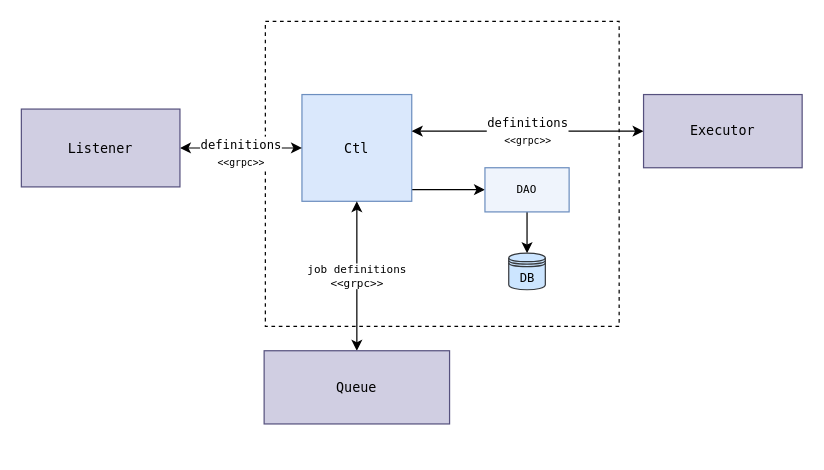
This is page "Ctl" (10 of 12) of docs/Jobico.drawio from andrescosta/jobico-fn, a draw.io file, before an edit. Source tidied: cells renumbered, new cells numbered last; positions are measured from the earlier drawing's top-left corner, leaving out a move shared by most shapes. Both pictures are drawn from the tidied source at 122%, with x=0, y=0 at pixel (21, 21).
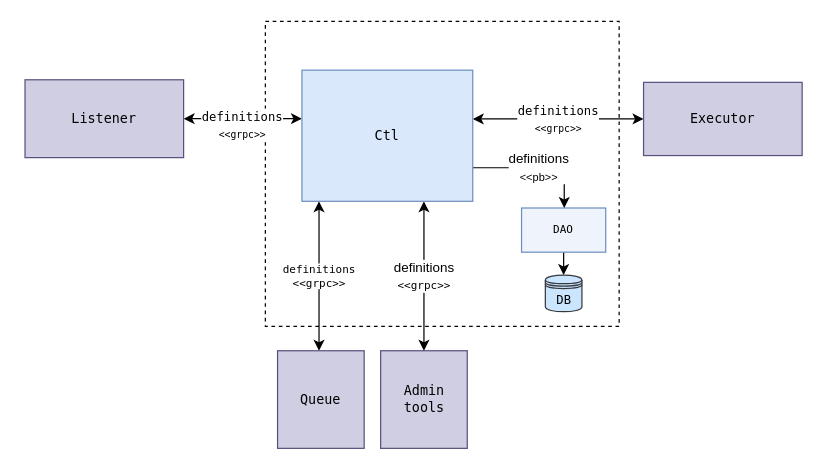
After the change.

What changed in the source:
```diff
@@
-    <mxCell id="3" style="edgeStyle=orthogonalEdgeStyle;jettySize=auto;html=1;rounded=0;curved=0;" parent="1" edge="1" source="4" target="13">
-      <mxGeometry relative="1" as="geometry">
-        <Array as="points">
-          <mxPoint x="340" y="138" />
-          <mxPoint x="340" y="138" />
-        </Array>
-      </mxGeometry>
-    </mxCell>
-    <mxCell id="4" value="Ctl" style="rounded=0;whiteSpace=wrap;html=1;labelBackgroundColor=none;fillColor=#dae8fc;strokeColor=#6c8ebf;fontFamily=Lucida Console;fontSize=11;" parent="1" vertex="1">
-      <mxGeometry x="230" y="60" width="90" height="87.5" as="geometry" />
-    </mxCell>
-    <mxCell id="5" value="&lt;font style=&quot;&quot; face=&quot;Lucida Console&quot;&gt;&lt;font size=&quot;1&quot; style=&quot;&quot;&gt;definitions&lt;br&gt;&lt;/font&gt;&lt;font style=&quot;font-size: 8px;&quot;&gt;&amp;lt;&amp;lt;grpc&amp;gt;&amp;gt;&lt;/font&gt;&lt;/font&gt;" style="edgeStyle=orthogonalEdgeStyle;jettySize=auto;html=1;rounded=0;curved=0;endArrow=classic;endFill=1;startArrow=classic;startFill=1;" parent="1" edge="1" source="4" target="11">
+    <mxCell id="5" value="&lt;font style=&quot;&quot; face=&quot;Lucida Console&quot;&gt;&lt;font size=&quot;1&quot; style=&quot;&quot;&gt;definitions&lt;br&gt;&lt;/font&gt;&lt;font style=&quot;font-size: 8px;&quot;&gt;&amp;lt;&amp;lt;grpc&amp;gt;&amp;gt;&lt;/font&gt;&lt;/font&gt;" style="edgeStyle=orthogonalEdgeStyle;jettySize=auto;html=1;rounded=0;curved=0;endArrow=classic;endFill=1;startArrow=classic;startFill=1;" parent="1" edge="1" target="11">
       <mxGeometry relative="1" as="geometry">
+        <mxPoint x="370" y="80" as="sourcePoint" />
         <Array as="points">
-          <mxPoint x="380" y="90" />
-          <mxPoint x="380" y="90" />
+          <mxPoint x="380" y="80" />
+          <mxPoint x="380" y="80" />
         </Array>
       </mxGeometry>
     </mxCell>
-    <mxCell id="6" value="job definitions&lt;br style=&quot;font-size: 9px;&quot;&gt;&amp;lt;&amp;lt;grpc&amp;gt;&amp;gt;" style="edgeStyle=orthogonalEdgeStyle;jettySize=auto;html=1;startArrow=classic;startFill=1;fontFamily=Lucida Console;fontSize=9;" parent="1" edge="1" source="4" target="7">
-      <mxGeometry relative="1" as="geometry" />
+    <mxCell id="6" value="definitions&lt;br style=&quot;font-size: 9px;&quot;&gt;&amp;lt;&amp;lt;grpc&amp;gt;&amp;gt;" style="edgeStyle=orthogonalEdgeStyle;orthogonalLoop=1;jettySize=auto;html=1;startArrow=classic;startFill=1;fontFamily=Lucida Console;fontSize=9;" parent="1" edge="1">
+      <mxGeometry relative="1" as="geometry">
+        <mxPoint x="244" y="147.5" as="sourcePoint" />
+        <mxPoint x="244" y="270" as="targetPoint" />
+        <Array as="points">
+          <mxPoint x="244" y="180" />
+          <mxPoint x="244" y="180" />
+        </Array>
+      </mxGeometry>
     </mxCell>
     <mxCell id="7" value="Queue" style="rounded=0;whiteSpace=wrap;html=1;labelBackgroundColor=none;fillColor=#d0cee2;strokeColor=#56517e;fontFamily=Lucida Console;fontSize=11;" parent="1" vertex="1">
-      <mxGeometry x="199" y="270" width="152" height="60" as="geometry" />
+      <mxGeometry x="210" y="270" width="71" height="80" as="geometry" />
     </mxCell>
-    <mxCell id="8" style="edgeStyle=orthogonalEdgeStyle;jettySize=auto;html=1;startArrow=classic;startFill=1;" parent="1" edge="1" source="10" target="4">
-      <mxGeometry relative="1" as="geometry" />
+    <mxCell id="8" style="edgeStyle=orthogonalEdgeStyle;jettySize=auto;html=1;startArrow=classic;startFill=1;" parent="1" edge="1" source="10">
+      <mxGeometry relative="1" as="geometry">
+        <mxPoint x="230" y="79.8" as="targetPoint" />
+      </mxGeometry>
     </mxCell>
@@
     <mxCell id="10" value="Listener" style="rounded=0;whiteSpace=wrap;html=1;labelBackgroundColor=none;fillColor=#d0cee2;strokeColor=#56517e;fontFamily=Lucida Console;fontSize=11;" parent="1" vertex="1">
-      <mxGeometry y="71.9" width="130" height="63.8" as="geometry" />
+      <mxGeometry x="3" y="47.9" width="130" height="63.8" as="geometry" />
     </mxCell>
     <mxCell id="11" value="Executor" style="rounded=0;whiteSpace=wrap;html=1;labelBackgroundColor=none;fillColor=#d0cee2;strokeColor=#56517e;fontFamily=Lucida Console;fontSize=11;" parent="1" vertex="1">
-      <mxGeometry x="510" y="60" width="130" height="60" as="geometry" />
+      <mxGeometry x="510" y="50" width="130" height="60" as="geometry" />
     </mxCell>
@@
     <mxCell id="13" value="DAO" style="rounded=0;whiteSpace=wrap;html=1;fontFamily=Lucida Console;fontSize=9;strokeColor=#6c8ebf;align=center;verticalAlign=middle;fontColor=default;labelBackgroundColor=none;fillColor=#EFF4FC;" parent="1" vertex="1">
-      <mxGeometry x="380" y="120" width="69" height="36.2" as="geometry" />
+      <mxGeometry x="410" y="153" width="69" height="36.2" as="geometry" />
     </mxCell>
     <mxCell id="14" value="DB" style="shape=datastore;whiteSpace=wrap;html=1;fontFamily=Lucida Console;fontSize=10;strokeColor=#36393d;strokeWidth=1;align=center;verticalAlign=middle;fontColor=default;fillColor=#cce5ff;" parent="1" vertex="1">
-      <mxGeometry x="399.5" y="190" width="30" height="30" as="geometry" />
+      <mxGeometry x="429.5" y="208" width="30" height="30" as="geometry" />
     </mxCell>
+    <mxCell id="15" style="edgeStyle=orthogonalEdgeStyle;jettySize=auto;html=1;strokeColor=none;" parent="1" edge="1" source="16" target="4">
+      <mxGeometry relative="1" as="geometry">
+        <Array as="points">
+          <mxPoint x="370" y="190" />
+          <mxPoint x="275" y="190" />
+        </Array>
+      </mxGeometry>
+    </mxCell>
+    <mxCell id="16" value="Admin &lt;br&gt;tools" style="rounded=0;whiteSpace=wrap;html=1;labelBackgroundColor=none;fillColor=#d0cee2;strokeColor=#56517e;fontFamily=Lucida Console;fontSize=11;" parent="1" vertex="1">
+      <mxGeometry x="294.5" y="270" width="71" height="80" as="geometry" />
+    </mxCell>
+    <mxCell id="17" value="definitions&lt;br style=&quot;border-color: var(--border-color); font-family: &amp;quot;Lucida Console&amp;quot;; font-size: 9px;&quot;&gt;&lt;span style=&quot;font-family: &amp;quot;Lucida Console&amp;quot;; font-size: 9px;&quot;&gt;&amp;lt;&amp;lt;grpc&amp;gt;&amp;gt;&lt;/span&gt;" style="edgeStyle=orthogonalEdgeStyle;jettySize=auto;html=1;startArrow=classic;startFill=1;" parent="1" edge="1" source="4" target="16">
+      <mxGeometry relative="1" as="geometry">
+        <Array as="points">
+          <mxPoint x="330" y="180" />
+          <mxPoint x="330" y="180" />
+        </Array>
+      </mxGeometry>
+    </mxCell>
+    <mxCell id="3" value="definitions&lt;br&gt;&lt;font style=&quot;font-size: 9px;&quot;&gt;&amp;lt;&amp;lt;pb&amp;gt;&amp;gt;&lt;/font&gt;" style="edgeStyle=orthogonalEdgeStyle;jettySize=auto;html=1;rounded=0;curved=0;" parent="1" edge="1" source="4" target="13">
+      <mxGeometry relative="1" as="geometry">
+        <Array as="points">
+          <mxPoint x="445" y="120" />
+        </Array>
+      </mxGeometry>
+    </mxCell>
+    <mxCell id="4" value="Ctl" style="rounded=0;whiteSpace=wrap;html=1;labelBackgroundColor=none;fillColor=#dae8fc;strokeColor=#6c8ebf;fontFamily=Lucida Console;fontSize=11;" parent="1" vertex="1">
+      <mxGeometry x="230" y="40" width="140" height="107.5" as="geometry" />
+    </mxCell>
```
